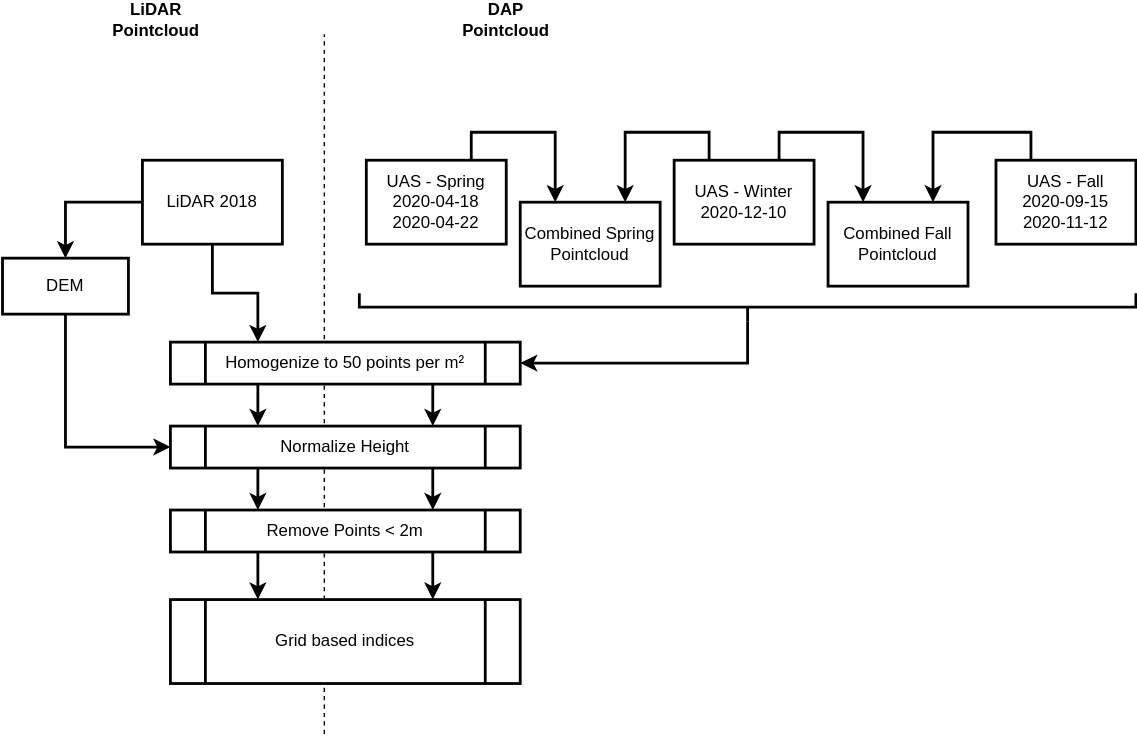
This is docs/figures/pointcloud_processing.svg from envima/uas_lidar_comparison, a draw.io export, as it was before one commit. Source tidied: cells renumbered, new cells last; positions are measured from the earlier drawing's top-left corner, leaving out a move shared by most shapes. Its diagram source:
```xml
<mxGraphModel>
  <root>
    <mxCell id="0" />
    <mxCell id="1" parent="0" />
    <mxCell id="2" style="endArrow=none;dashed=1;html=1;" parent="1" edge="1">
      <mxGeometry relative="1" as="geometry">
        <mxPoint x="230" y="582" as="sourcePoint" />
        <mxPoint x="230" y="82" as="targetPoint" />
      </mxGeometry>
    </mxCell>
    <mxCell id="3" style="edgeStyle=orthogonalEdgeStyle;rounded=0;jettySize=auto;html=1;entryX=0.5;entryY=0;entryDx=0;entryDy=0;exitX=0;exitY=0.5;exitDx=0;exitDy=0;strokeWidth=2;" parent="1" edge="1" source="5" target="7">
      <mxGeometry relative="1" as="geometry" />
    </mxCell>
    <mxCell id="4" style="edgeStyle=orthogonalEdgeStyle;rounded=0;jettySize=auto;html=1;exitX=0.5;exitY=1;exitDx=0;exitDy=0;entryX=0.25;entryY=0;entryDx=0;entryDy=0;strokeWidth=2;" parent="1" edge="1" source="5" target="20">
      <mxGeometry relative="1" as="geometry" />
    </mxCell>
    <mxCell id="5" value="LiDAR 2018" style="rounded=0;whiteSpace=wrap;html=1;strokeWidth=2;" parent="1" vertex="1">
      <mxGeometry x="100" y="172" width="100" height="60" as="geometry" />
    </mxCell>
    <mxCell id="6" style="edgeStyle=orthogonalEdgeStyle;rounded=0;jettySize=auto;html=1;exitX=0.5;exitY=1;exitDx=0;exitDy=0;entryX=0;entryY=0.5;entryDx=0;entryDy=0;strokeWidth=2;" parent="1" edge="1" source="7" target="23">
      <mxGeometry relative="1" as="geometry" />
    </mxCell>
    <mxCell id="7" value="DEM" style="rounded=0;whiteSpace=wrap;html=1;strokeWidth=2;" parent="1" vertex="1">
      <mxGeometry y="242" width="90" height="40" as="geometry" />
    </mxCell>
    <mxCell id="8" style="edgeStyle=orthogonalEdgeStyle;rounded=0;jettySize=auto;html=1;exitX=0.25;exitY=0;exitDx=0;exitDy=0;entryX=0.75;entryY=0;entryDx=0;entryDy=0;strokeWidth=2;" parent="1" edge="1" source="9" target="17">
      <mxGeometry relative="1" as="geometry" />
    </mxCell>
    <mxCell id="9" value="UAS - Fall&lt;br&gt;2020-09-15&lt;br&gt;2020-11-12" style="rounded=0;whiteSpace=wrap;html=1;align=center;strokeWidth=2;" parent="1" vertex="1">
      <mxGeometry x="710" y="172" width="100" height="60" as="geometry" />
    </mxCell>
    <mxCell id="10" style="edgeStyle=orthogonalEdgeStyle;rounded=0;jettySize=auto;html=1;exitX=0.25;exitY=0;exitDx=0;exitDy=0;entryX=0.75;entryY=0;entryDx=0;entryDy=0;strokeWidth=2;" parent="1" edge="1" source="12" target="16">
      <mxGeometry relative="1" as="geometry" />
    </mxCell>
    <mxCell id="11" style="edgeStyle=orthogonalEdgeStyle;rounded=0;jettySize=auto;html=1;exitX=0.75;exitY=0;exitDx=0;exitDy=0;entryX=0.25;entryY=0;entryDx=0;entryDy=0;strokeWidth=2;" parent="1" edge="1" source="12" target="17">
      <mxGeometry relative="1" as="geometry" />
    </mxCell>
    <mxCell id="12" value="UAS - Winter&lt;br&gt;2020-12-10" style="rounded=0;whiteSpace=wrap;html=1;align=center;strokeWidth=2;" parent="1" vertex="1">
      <mxGeometry x="480" y="172" width="100" height="60" as="geometry" />
    </mxCell>
    <mxCell id="13" style="edgeStyle=orthogonalEdgeStyle;rounded=0;jettySize=auto;html=1;exitX=0.75;exitY=0;exitDx=0;exitDy=0;entryX=0.25;entryY=0;entryDx=0;entryDy=0;strokeWidth=2;" parent="1" edge="1" source="14" target="16">
      <mxGeometry relative="1" as="geometry" />
    </mxCell>
    <mxCell id="14" value="UAS - Spring&lt;br&gt;2020-04-18&lt;br&gt;2020-04-22" style="rounded=0;whiteSpace=wrap;html=1;align=center;strokeWidth=2;" parent="1" vertex="1">
      <mxGeometry x="260" y="172" width="100" height="60" as="geometry" />
    </mxCell>
    <mxCell id="15" value="Grid based indices" style="shape=process;whiteSpace=wrap;html=1;backgroundOutline=1;align=center;strokeWidth=2;" parent="1" vertex="1">
      <mxGeometry x="120" y="486" width="250" height="60" as="geometry" />
    </mxCell>
    <mxCell id="16" value="Combined Spring Pointcloud" style="rounded=0;whiteSpace=wrap;html=1;align=center;strokeWidth=2;" parent="1" vertex="1">
      <mxGeometry x="370" y="202" width="100" height="60" as="geometry" />
    </mxCell>
    <mxCell id="17" value="Combined Fall&lt;br&gt;Pointcloud" style="rounded=0;whiteSpace=wrap;html=1;align=center;strokeWidth=2;" parent="1" vertex="1">
      <mxGeometry x="590" y="202" width="100" height="60" as="geometry" />
    </mxCell>
    <mxCell id="18" style="edgeStyle=orthogonalEdgeStyle;rounded=0;jettySize=auto;html=1;exitX=0.25;exitY=1;exitDx=0;exitDy=0;entryX=0.25;entryY=0;entryDx=0;entryDy=0;strokeWidth=2;" parent="1" edge="1" source="20" target="23">
      <mxGeometry relative="1" as="geometry" />
    </mxCell>
    <mxCell id="19" style="edgeStyle=orthogonalEdgeStyle;rounded=0;jettySize=auto;html=1;exitX=0.75;exitY=1;exitDx=0;exitDy=0;entryX=0.75;entryY=0;entryDx=0;entryDy=0;strokeWidth=2;" parent="1" edge="1" source="20" target="23">
      <mxGeometry relative="1" as="geometry" />
    </mxCell>
    <mxCell id="20" value="Homogenize to 50 points per m²" style="shape=process;whiteSpace=wrap;html=1;backgroundOutline=1;align=center;glass=0;strokeWidth=2;" parent="1" vertex="1">
      <mxGeometry x="120" y="302" width="250" height="30" as="geometry" />
    </mxCell>
    <mxCell id="21" style="edgeStyle=orthogonalEdgeStyle;rounded=0;jettySize=auto;html=1;exitX=0.25;exitY=1;exitDx=0;exitDy=0;entryX=0.25;entryY=0;entryDx=0;entryDy=0;strokeWidth=2;" parent="1" edge="1" source="23" target="28">
      <mxGeometry relative="1" as="geometry" />
    </mxCell>
    <mxCell id="22" style="edgeStyle=orthogonalEdgeStyle;rounded=0;jettySize=auto;html=1;exitX=0.75;exitY=1;exitDx=0;exitDy=0;entryX=0.75;entryY=0;entryDx=0;entryDy=0;strokeWidth=2;" parent="1" edge="1" source="23" target="28">
      <mxGeometry relative="1" as="geometry" />
    </mxCell>
    <mxCell id="23" value="Normalize Height" style="shape=process;whiteSpace=wrap;html=1;backgroundOutline=1;align=center;glass=0;strokeWidth=2;" parent="1" vertex="1">
      <mxGeometry x="120" y="362" width="250" height="30" as="geometry" />
    </mxCell>
    <mxCell id="24" value="LiDAR Pointcloud" style="text;html=1;strokeColor=none;fillColor=none;align=center;verticalAlign=middle;whiteSpace=wrap;rounded=0;glass=0;fontStyle=1;" parent="1" vertex="1">
      <mxGeometry x="90" y="62" width="40" height="20" as="geometry" />
    </mxCell>
    <mxCell id="25" value="DAP&lt;br&gt;Pointcloud" style="text;html=1;strokeColor=none;fillColor=none;align=center;verticalAlign=middle;whiteSpace=wrap;rounded=0;glass=0;fontStyle=1;" parent="1" vertex="1">
      <mxGeometry x="340" y="62" width="40" height="20" as="geometry" />
    </mxCell>
    <mxCell id="26" style="edgeStyle=orthogonalEdgeStyle;rounded=0;jettySize=auto;html=1;exitX=0.25;exitY=1;exitDx=0;exitDy=0;entryX=0.25;entryY=0;entryDx=0;entryDy=0;strokeWidth=2;" parent="1" edge="1" source="28" target="15">
      <mxGeometry relative="1" as="geometry" />
    </mxCell>
    <mxCell id="27" style="edgeStyle=orthogonalEdgeStyle;rounded=0;jettySize=auto;html=1;exitX=0.75;exitY=1;exitDx=0;exitDy=0;entryX=0.75;entryY=0;entryDx=0;entryDy=0;strokeWidth=2;" parent="1" edge="1" source="28" target="15">
      <mxGeometry relative="1" as="geometry" />
    </mxCell>
    <mxCell id="28" value="Remove Points &amp;lt; 2m" style="shape=process;whiteSpace=wrap;html=1;backgroundOutline=1;align=center;glass=0;strokeWidth=2;" parent="1" vertex="1">
      <mxGeometry x="120" y="422" width="250" height="30" as="geometry" />
    </mxCell>
    <mxCell id="29" style="edgeStyle=orthogonalEdgeStyle;rounded=0;jettySize=auto;html=1;exitX=0;exitY=0.5;exitDx=0;exitDy=0;exitPerimeter=0;entryX=1;entryY=0.5;entryDx=0;entryDy=0;strokeWidth=2;" parent="1" edge="1" source="30" target="20">
      <mxGeometry relative="1" as="geometry" />
    </mxCell>
    <mxCell id="30" style="strokeWidth=2;html=1;shape=mxgraph.flowchart.annotation_2;align=left;labelPosition=right;rotation=-90;" parent="1" vertex="1">
      <mxGeometry x="522.5" y="-0.5" width="20" height="555" as="geometry" />
    </mxCell>
  </root>
</mxGraphModel>
```
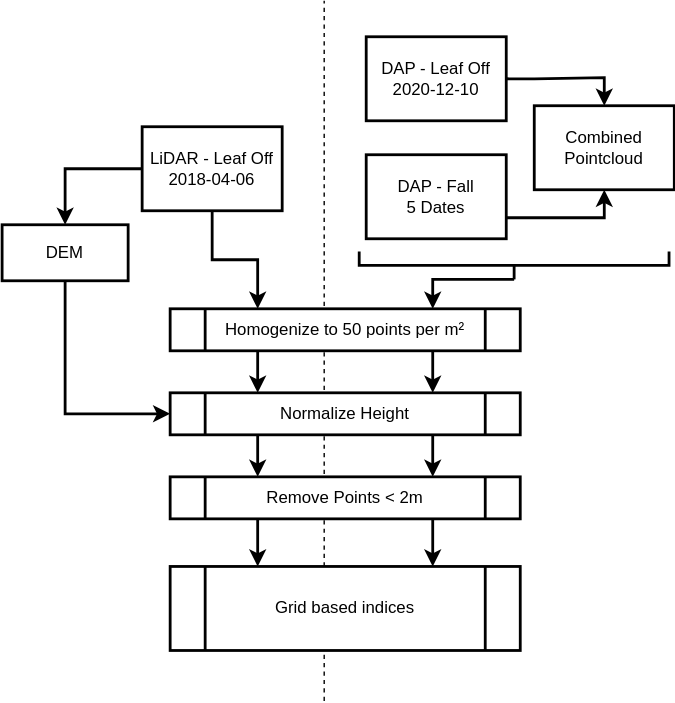
The same diagram one commit later.

Change to the diagram source:
```diff
@@ -14,7 +14,7 @@
     <mxCell id="4" style="edgeStyle=orthogonalEdgeStyle;rounded=0;jettySize=auto;html=1;exitX=0.5;exitY=1;exitDx=0;exitDy=0;entryX=0.25;entryY=0;entryDx=0;entryDy=0;strokeWidth=2;" parent="1" edge="1" source="5" target="20">
       <mxGeometry relative="1" as="geometry" />
     </mxCell>
-    <mxCell id="5" value="LiDAR 2018" style="rounded=0;whiteSpace=wrap;html=1;strokeWidth=2;" parent="1" vertex="1">
+    <mxCell id="5" value="LiDAR - Leaf Off 2018-04-06" style="rounded=0;whiteSpace=wrap;html=1;strokeWidth=2;" parent="1" vertex="1">
       <mxGeometry x="100" y="172" width="100" height="60" as="geometry" />
     </mxCell>
     <mxCell id="6" style="edgeStyle=orthogonalEdgeStyle;rounded=0;jettySize=auto;html=1;exitX=0.5;exitY=1;exitDx=0;exitDy=0;entryX=0;entryY=0.5;entryDx=0;entryDy=0;strokeWidth=2;" parent="1" edge="1" source="7" target="23">
@@ -23,35 +23,23 @@
     <mxCell id="7" value="DEM" style="rounded=0;whiteSpace=wrap;html=1;strokeWidth=2;" parent="1" vertex="1">
       <mxGeometry y="242" width="90" height="40" as="geometry" />
     </mxCell>
-    <mxCell id="8" style="edgeStyle=orthogonalEdgeStyle;rounded=0;jettySize=auto;html=1;exitX=0.25;exitY=0;exitDx=0;exitDy=0;entryX=0.75;entryY=0;entryDx=0;entryDy=0;strokeWidth=2;" parent="1" edge="1" source="9" target="17">
+    <mxCell id="8" style="edgeStyle=orthogonalEdgeStyle;rounded=0;jettySize=auto;html=1;exitX=1;exitY=0.75;exitDx=0;exitDy=0;entryX=0.5;entryY=1;entryDx=0;entryDy=0;strokeWidth=2;" parent="1" edge="1" source="9" target="17">
       <mxGeometry relative="1" as="geometry" />
     </mxCell>
-    <mxCell id="9" value="UAS - Fall&lt;br&gt;2020-09-15&lt;br&gt;2020-11-12" style="rounded=0;whiteSpace=wrap;html=1;align=center;strokeWidth=2;" parent="1" vertex="1">
-      <mxGeometry x="710" y="172" width="100" height="60" as="geometry" />
+    <mxCell id="9" value="DAP - Fall&lt;br&gt;5 Dates" style="rounded=0;whiteSpace=wrap;html=1;align=center;strokeWidth=2;" parent="1" vertex="1">
+      <mxGeometry x="260" y="192" width="100" height="60" as="geometry" />
     </mxCell>
-    <mxCell id="10" style="edgeStyle=orthogonalEdgeStyle;rounded=0;jettySize=auto;html=1;exitX=0.25;exitY=0;exitDx=0;exitDy=0;entryX=0.75;entryY=0;entryDx=0;entryDy=0;strokeWidth=2;" parent="1" edge="1" source="12" target="16">
-      <mxGeometry relative="1" as="geometry" />
-    </mxCell>
-    <mxCell id="11" style="edgeStyle=orthogonalEdgeStyle;rounded=0;jettySize=auto;html=1;exitX=0.75;exitY=0;exitDx=0;exitDy=0;entryX=0.25;entryY=0;entryDx=0;entryDy=0;strokeWidth=2;" parent="1" edge="1" source="12" target="17">
+    <mxCell id="11" style="edgeStyle=orthogonalEdgeStyle;rounded=0;jettySize=auto;html=1;exitX=1;exitY=0.5;exitDx=0;exitDy=0;entryX=0.5;entryY=0;entryDx=0;entryDy=0;strokeWidth=2;" parent="1" edge="1" source="12" target="17">
       <mxGeometry relative="1" as="geometry" />
     </mxCell>
-    <mxCell id="12" value="UAS - Winter&lt;br&gt;2020-12-10" style="rounded=0;whiteSpace=wrap;html=1;align=center;strokeWidth=2;" parent="1" vertex="1">
-      <mxGeometry x="480" y="172" width="100" height="60" as="geometry" />
+    <mxCell id="12" value="DAP - Leaf Off&lt;br&gt;2020-12-10" style="rounded=0;whiteSpace=wrap;html=1;align=center;strokeWidth=2;" parent="1" vertex="1">
+      <mxGeometry x="260" y="107.8" width="100" height="60" as="geometry" />
     </mxCell>
-    <mxCell id="13" style="edgeStyle=orthogonalEdgeStyle;rounded=0;jettySize=auto;html=1;exitX=0.75;exitY=0;exitDx=0;exitDy=0;entryX=0.25;entryY=0;entryDx=0;entryDy=0;strokeWidth=2;" parent="1" edge="1" source="14" target="16">
-      <mxGeometry relative="1" as="geometry" />
-    </mxCell>
-    <mxCell id="14" value="UAS - Spring&lt;br&gt;2020-04-18&lt;br&gt;2020-04-22" style="rounded=0;whiteSpace=wrap;html=1;align=center;strokeWidth=2;" parent="1" vertex="1">
-      <mxGeometry x="260" y="172" width="100" height="60" as="geometry" />
-    </mxCell>
     <mxCell id="15" value="Grid based indices" style="shape=process;whiteSpace=wrap;html=1;backgroundOutline=1;align=center;strokeWidth=2;" parent="1" vertex="1">
       <mxGeometry x="120" y="486" width="250" height="60" as="geometry" />
     </mxCell>
-    <mxCell id="16" value="Combined Spring Pointcloud" style="rounded=0;whiteSpace=wrap;html=1;align=center;strokeWidth=2;" parent="1" vertex="1">
-      <mxGeometry x="370" y="202" width="100" height="60" as="geometry" />
-    </mxCell>
-    <mxCell id="17" value="Combined Fall&lt;br&gt;Pointcloud" style="rounded=0;whiteSpace=wrap;html=1;align=center;strokeWidth=2;" parent="1" vertex="1">
-      <mxGeometry x="590" y="202" width="100" height="60" as="geometry" />
+    <mxCell id="17" value="Combined&lt;br&gt;Pointcloud" style="rounded=0;whiteSpace=wrap;html=1;align=center;strokeWidth=2;" parent="1" vertex="1">
+      <mxGeometry x="380" y="157" width="100" height="60" as="geometry" />
     </mxCell>
     <mxCell id="18" style="edgeStyle=orthogonalEdgeStyle;rounded=0;jettySize=auto;html=1;exitX=0.25;exitY=1;exitDx=0;exitDy=0;entryX=0.25;entryY=0;entryDx=0;entryDy=0;strokeWidth=2;" parent="1" edge="1" source="20" target="23">
       <mxGeometry relative="1" as="geometry" />
@@ -71,12 +59,6 @@
     <mxCell id="23" value="Normalize Height" style="shape=process;whiteSpace=wrap;html=1;backgroundOutline=1;align=center;glass=0;strokeWidth=2;" parent="1" vertex="1">
       <mxGeometry x="120" y="362" width="250" height="30" as="geometry" />
     </mxCell>
-    <mxCell id="24" value="LiDAR Pointcloud" style="text;html=1;strokeColor=none;fillColor=none;align=center;verticalAlign=middle;whiteSpace=wrap;rounded=0;glass=0;fontStyle=1;" parent="1" vertex="1">
-      <mxGeometry x="90" y="62" width="40" height="20" as="geometry" />
-    </mxCell>
-    <mxCell id="25" value="DAP&lt;br&gt;Pointcloud" style="text;html=1;strokeColor=none;fillColor=none;align=center;verticalAlign=middle;whiteSpace=wrap;rounded=0;glass=0;fontStyle=1;" parent="1" vertex="1">
-      <mxGeometry x="340" y="62" width="40" height="20" as="geometry" />
-    </mxCell>
     <mxCell id="26" style="edgeStyle=orthogonalEdgeStyle;rounded=0;jettySize=auto;html=1;exitX=0.25;exitY=1;exitDx=0;exitDy=0;entryX=0.25;entryY=0;entryDx=0;entryDy=0;strokeWidth=2;" parent="1" edge="1" source="28" target="15">
       <mxGeometry relative="1" as="geometry" />
     </mxCell>
@@ -86,11 +68,15 @@
     <mxCell id="28" value="Remove Points &amp;lt; 2m" style="shape=process;whiteSpace=wrap;html=1;backgroundOutline=1;align=center;glass=0;strokeWidth=2;" parent="1" vertex="1">
       <mxGeometry x="120" y="422" width="250" height="30" as="geometry" />
     </mxCell>
-    <mxCell id="29" style="edgeStyle=orthogonalEdgeStyle;rounded=0;jettySize=auto;html=1;exitX=0;exitY=0.5;exitDx=0;exitDy=0;exitPerimeter=0;entryX=1;entryY=0.5;entryDx=0;entryDy=0;strokeWidth=2;" parent="1" edge="1" source="30" target="20">
-      <mxGeometry relative="1" as="geometry" />
+    <mxCell id="29" style="edgeStyle=orthogonalEdgeStyle;rounded=0;jettySize=auto;html=1;exitX=0;exitY=0.5;exitDx=0;exitDy=0;exitPerimeter=0;entryX=0.75;entryY=0;entryDx=0;entryDy=0;strokeWidth=2;" parent="1" edge="1" source="30" target="20">
+      <mxGeometry relative="1" as="geometry">
+        <Array as="points">
+          <mxPoint x="308" y="281" />
+        </Array>
+      </mxGeometry>
     </mxCell>
     <mxCell id="30" style="strokeWidth=2;html=1;shape=mxgraph.flowchart.annotation_2;align=left;labelPosition=right;rotation=-90;" parent="1" vertex="1">
-      <mxGeometry x="522.5" y="-0.5" width="20" height="555" as="geometry" />
+      <mxGeometry x="355.6" y="160.4" width="20" height="221.2" as="geometry" />
     </mxCell>
   </root>
 </mxGraphModel>
```
